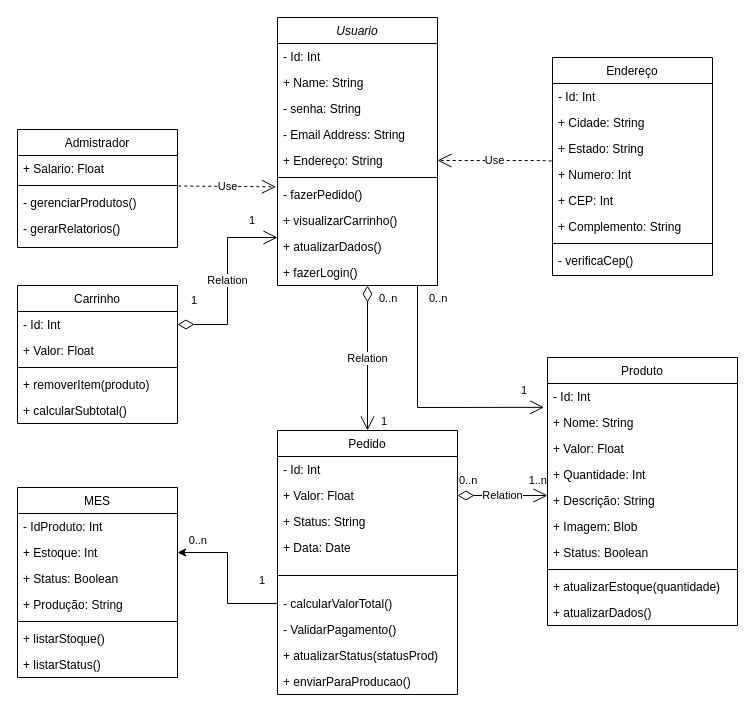
Akil23-alt/Diagrama-de-classe keeps this draw.io diagram as Diagrama de classe.drawio. Above is the earlier version. Source tidied: cells renumbered, new cells numbered last; positions are measured from the earlier drawing's top-left corner, leaving out a move shared by most shapes. Both pictures are drawn from the tidied source at 100%, with x=0, y=0 at pixel (17, 17).
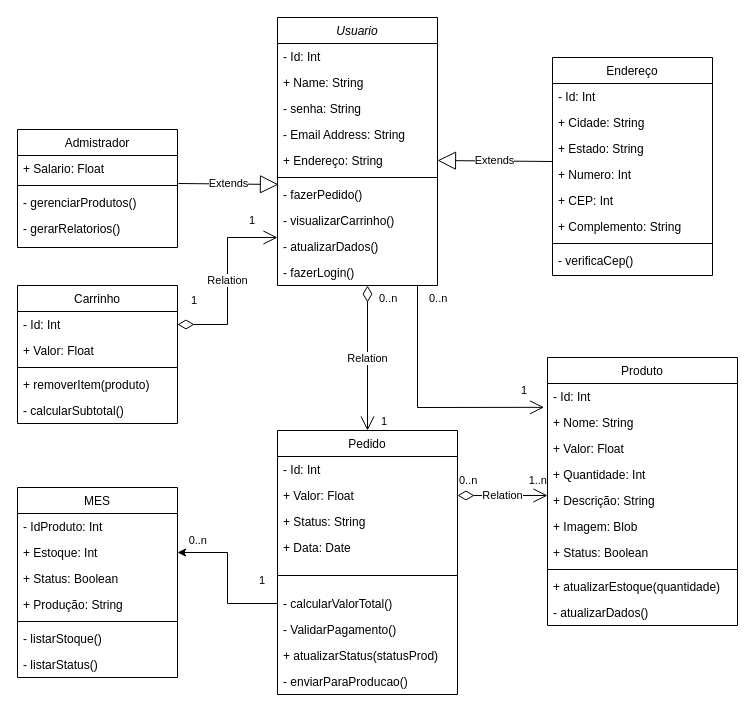
The same page after the edit.

Unchanged cells that the change refers to:
```xml
<mxCell id="2" value="Usuario" style="swimlane;fontStyle=2;align=center;verticalAlign=top;horizontal=1;startSize=26;rounded=0;shadow=0;strokeWidth=1;" parent="1" vertex="1">
  <mxGeometry x="260" width="160" height="268" as="geometry" />
</mxCell>
<mxCell id="7" value="+ Endereço: String" style="text;align=left;verticalAlign=top;spacingLeft=4;spacingRight=4;overflow=hidden;points=[[0,0.5],[1,0.5]];portConstraint=eastwest;rounded=0;shadow=0;html=0;" parent="2" vertex="1">
  <mxGeometry y="130" width="160" height="26" as="geometry" />
</mxCell>
<mxCell id="9" value="- fazerPedido()" style="text;align=left;verticalAlign=top;spacingLeft=4;spacingRight=4;overflow=hidden;points=[[0,0.5],[1,0.5]];portConstraint=eastwest;" parent="2" vertex="1">
  <mxGeometry y="164" width="160" height="26" as="geometry" />
</mxCell>
<mxCell id="16" value="+ Estado: String" style="text;align=left;verticalAlign=top;spacingLeft=4;spacingRight=4;overflow=hidden;points=[[0,0.5],[1,0.5]];portConstraint=eastwest;rounded=0;shadow=0;html=0;" parent="13" vertex="1">
  <mxGeometry y="78" width="160" height="26" as="geometry" />
</mxCell>
<mxCell id="17" value="+ Numero: Int" style="text;align=left;verticalAlign=top;spacingLeft=4;spacingRight=4;overflow=hidden;points=[[0,0.5],[1,0.5]];portConstraint=eastwest;rounded=0;shadow=0;html=0;" parent="13" vertex="1">
  <mxGeometry y="104" width="160" height="26" as="geometry" />
</mxCell>
<mxCell id="23" value="+ Salario: Float" style="text;align=left;verticalAlign=top;spacingLeft=4;spacingRight=4;overflow=hidden;points=[[0,0.5],[1,0.5]];portConstraint=eastwest;" parent="22" vertex="1">
  <mxGeometry y="26" width="160" height="26" as="geometry" />
</mxCell>
<mxCell id="25" value="- gerenciarProdutos()" style="text;align=left;verticalAlign=top;spacingLeft=4;spacingRight=4;overflow=hidden;points=[[0,0.5],[1,0.5]];portConstraint=eastwest;" parent="22" vertex="1">
  <mxGeometry y="60" width="160" height="26" as="geometry" />
</mxCell>
<mxCell id="27" value="Produto" style="swimlane;fontStyle=0;align=center;verticalAlign=top;horizontal=1;startSize=26;rounded=0;shadow=0;strokeWidth=1;" parent="1" vertex="1">
  <mxGeometry x="530" y="340" width="190" height="268" as="geometry" />
</mxCell>
<mxCell id="38" value="Carrinho" style="swimlane;fontStyle=0;align=center;verticalAlign=top;horizontal=1;startSize=26;rounded=0;shadow=0;strokeWidth=1;" parent="1" vertex="1">
  <mxGeometry y="268" width="160" height="138" as="geometry" />
</mxCell>
<mxCell id="44" value="MES" style="swimlane;fontStyle=0;align=center;verticalAlign=top;horizontal=1;startSize=26;rounded=0;shadow=0;strokeWidth=1;" parent="1" vertex="1">
  <mxGeometry y="470" width="160" height="190" as="geometry" />
</mxCell>
<mxCell id="52" value="Pedido" style="swimlane;fontStyle=0;align=center;verticalAlign=top;horizontal=1;startSize=26;rounded=0;shadow=0;strokeWidth=1;" parent="1" vertex="1">
  <mxGeometry x="260" y="413" width="180" height="264" as="geometry" />
</mxCell>
```

Change to the diagram source:
```diff
@@
-    <mxCell id="10" value="+ visualizarCarrinho()" style="text;align=left;verticalAlign=top;spacingLeft=4;spacingRight=4;overflow=hidden;" parent="2" vertex="1">
+    <mxCell id="10" value="- visualizarCarrinho()" style="text;align=left;verticalAlign=top;spacingLeft=4;spacingRight=4;overflow=hidden;" parent="2" vertex="1">
       <mxGeometry y="190" width="160" height="26" as="geometry" />
     </mxCell>
-    <mxCell id="11" value="+ atualizarDados()" style="text;align=left;verticalAlign=top;spacingLeft=4;spacingRight=4;overflow=hidden;points=[[0,0.5],[1,0.5]];portConstraint=eastwest;" parent="2" vertex="1">
+    <mxCell id="11" value="- atualizarDados()" style="text;align=left;verticalAlign=top;spacingLeft=4;spacingRight=4;overflow=hidden;points=[[0,0.5],[1,0.5]];portConstraint=eastwest;" parent="2" vertex="1">
       <mxGeometry y="216" width="160" height="26" as="geometry" />
     </mxCell>
-    <mxCell id="12" value="+ fazerLogin()" style="text;align=left;verticalAlign=top;spacingLeft=4;spacingRight=4;overflow=hidden;points=[[0,0.5],[1,0.5]];portConstraint=eastwest;" parent="2" vertex="1">
+    <mxCell id="12" value="- fazerLogin()" style="text;align=left;verticalAlign=top;spacingLeft=4;spacingRight=4;overflow=hidden;points=[[0,0.5],[1,0.5]];portConstraint=eastwest;" parent="2" vertex="1">
       <mxGeometry y="242" width="160" height="26" as="geometry" />
     </mxCell>
@@
-    <mxCell id="37" value="+ atualizarDados()" style="text;align=left;verticalAlign=top;spacingLeft=4;spacingRight=4;overflow=hidden;" parent="27" vertex="1">
+    <mxCell id="37" value="- atualizarDados()" style="text;align=left;verticalAlign=top;spacingLeft=4;spacingRight=4;overflow=hidden;" parent="27" vertex="1">
       <mxGeometry y="242" width="190" height="26" as="geometry" />
     </mxCell>
@@
-    <mxCell id="43" value="+ calcularSubtotal()" style="text;align=left;verticalAlign=top;spacingLeft=4;spacingRight=4;overflow=hidden;rounded=0;shadow=0;html=0;" parent="38" vertex="1">
+    <mxCell id="43" value="- calcularSubtotal()" style="text;align=left;verticalAlign=top;spacingLeft=4;spacingRight=4;overflow=hidden;rounded=0;shadow=0;html=0;" parent="38" vertex="1">
       <mxGeometry y="112" width="160" height="26" as="geometry" />
     </mxCell>
@@
-    <mxCell id="50" value="+ listarStoque()" style="text;align=left;verticalAlign=top;spacingLeft=4;spacingRight=4;overflow=hidden;rounded=0;shadow=0;html=0;" parent="44" vertex="1">
+    <mxCell id="50" value="- listarStoque()" style="text;align=left;verticalAlign=top;spacingLeft=4;spacingRight=4;overflow=hidden;rounded=0;shadow=0;html=0;" parent="44" vertex="1">
       <mxGeometry y="138" width="160" height="26" as="geometry" />
     </mxCell>
-    <mxCell id="51" value="+ listarStatus()" style="text;align=left;verticalAlign=top;spacingLeft=4;spacingRight=4;overflow=hidden;rounded=0;shadow=0;html=0;" parent="44" vertex="1">
+    <mxCell id="51" value="- listarStatus()" style="text;align=left;verticalAlign=top;spacingLeft=4;spacingRight=4;overflow=hidden;rounded=0;shadow=0;html=0;" parent="44" vertex="1">
       <mxGeometry y="164" width="160" height="26" as="geometry" />
     </mxCell>
@@
-    <mxCell id="61" value="+ enviarParaProducao()" style="text;align=left;verticalAlign=top;spacingLeft=4;spacingRight=4;overflow=hidden;rounded=0;shadow=0;html=0;" parent="52" vertex="1">
+    <mxCell id="61" value="- enviarParaProducao()" style="text;align=left;verticalAlign=top;spacingLeft=4;spacingRight=4;overflow=hidden;rounded=0;shadow=0;html=0;" parent="52" vertex="1">
       <mxGeometry y="238" width="180" height="26" as="geometry" />
     </mxCell>
@@
-    <mxCell id="68" value="Use" style="endArrow=open;endSize=12;dashed=1;html=1;rounded=0;exitX=-0.005;exitY=-0.019;exitDx=0;exitDy=0;exitPerimeter=0;entryX=1;entryY=0.5;entryDx=0;entryDy=0;" parent="1" edge="1" source="17" target="7">
-      <mxGeometry relative="1" as="geometry">
-        <Array as="points">
-          <mxPoint x="520" y="143" />
-        </Array>
-      </mxGeometry>
-    </mxCell>
-    <mxCell id="69" value="Use" style="endArrow=open;endSize=12;dashed=1;html=1;rounded=0;exitX=1.005;exitY=-0.135;exitDx=0;exitDy=0;exitPerimeter=0;entryX=-0.01;entryY=0.205;entryDx=0;entryDy=0;entryPerimeter=0;" parent="1" edge="1" source="25" target="9">
-      <mxGeometry relative="1" as="geometry" />
-    </mxCell>
@@
+    <mxCell id="79" value="Extends" style="endArrow=block;endSize=16;endFill=0;html=1;rounded=0;entryX=0.006;entryY=0.115;entryDx=0;entryDy=0;entryPerimeter=0;exitX=1.006;exitY=1.077;exitDx=0;exitDy=0;exitPerimeter=0;" parent="1" edge="1" source="23" target="9">
+      <mxGeometry relative="1" as="geometry" />
+    </mxCell>
+    <mxCell id="80" value="Extends" style="endArrow=block;endSize=16;endFill=0;html=1;rounded=0;entryX=1;entryY=0.5;entryDx=0;entryDy=0;exitX=0;exitY=1;exitDx=0;exitDy=0;exitPerimeter=0;" parent="1" edge="1" source="16" target="7">
+      <mxGeometry relative="1" as="geometry" />
+    </mxCell>
```
